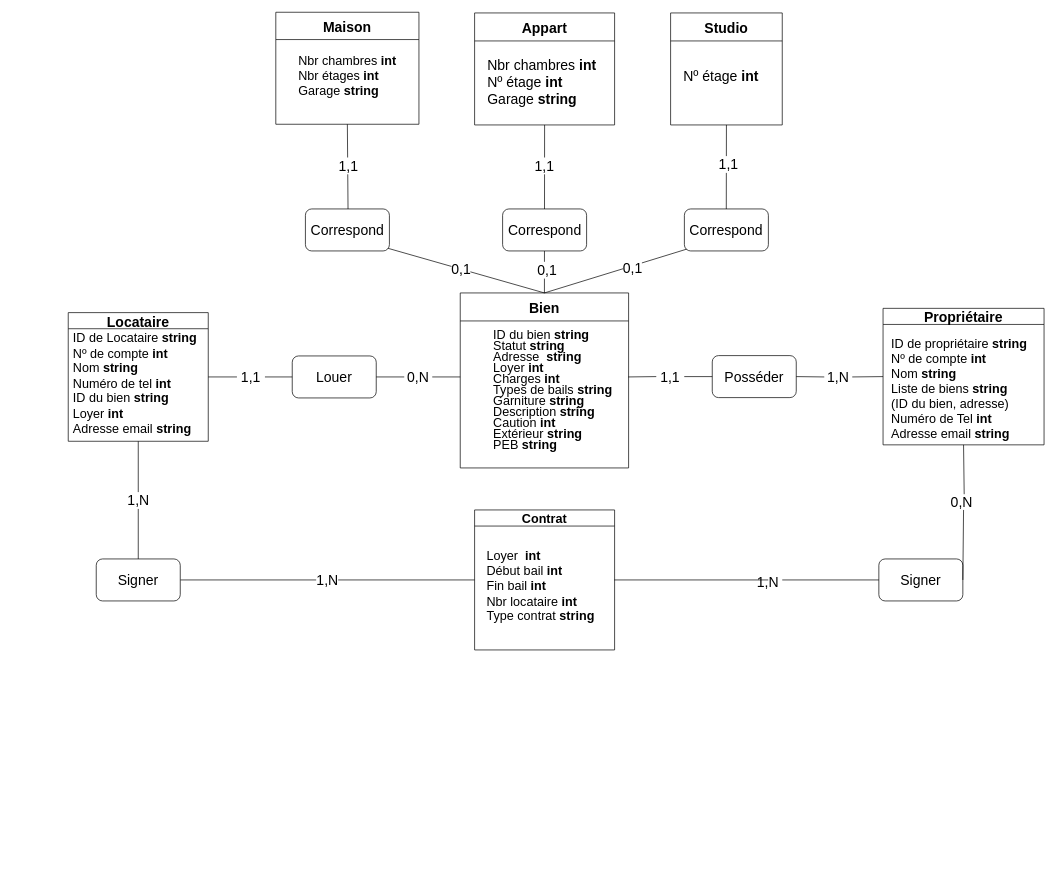
The draw.io diagram page "Schéma intermédiaire" (2 of 20) of Ko-loc (1).drawio in Julienthum/Co-Lock, before the edit. Source tidied: cells renumbered, new cells numbered last; positions are measured from the earlier drawing's top-left corner, leaving out a move shared by most shapes. Both pictures are drawn from the tidied source at 70%, with x=0, y=0 at pixel (68, 12).
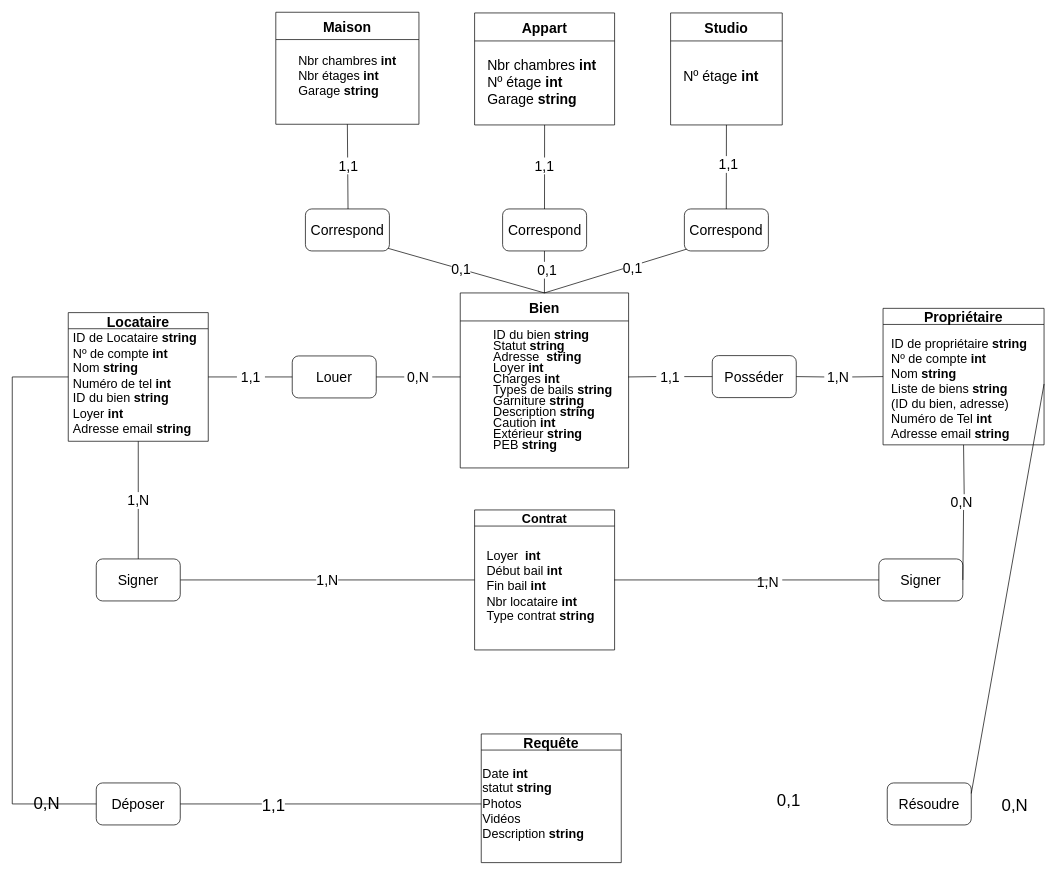
Above is the later version.

Unchanged cells that the change refers to:
```xml
<mxCell id="2" value="Locataire" style="swimlane;fontSize=20;" parent="1" vertex="1">
  <mxGeometry y="429.1" width="200" height="183.8" as="geometry" />
</mxCell>
<mxCell id="41" value="&lt;p class=&quot;MsoListParagraphCxSpFirst&quot; style=&quot;margin: 0cm 0cm 0cm 36pt ; line-height: 15.6933px ; font-size: 11pt ; font-family: &amp;#34;calibri&amp;#34; , sans-serif ; text-indent: -18pt&quot;&gt;&lt;/p&gt;&lt;p class=&quot;MsoListParagraphCxSpFirst&quot; style=&quot;margin: 0cm 0cm 0cm 36pt ; line-height: 15.6933px ; font-size: 11pt ; font-family: &amp;#34;calibri&amp;#34; , sans-serif ; text-indent: -18pt ; display: inline&quot;&gt;&lt;/p&gt;&lt;div style=&quot;font-size: 18px&quot;&gt;&lt;span style=&quot;text-indent: -18pt&quot;&gt;&lt;font style=&quot;font-size: 18px&quot;&gt;ID de propriétaire &lt;b&gt;string&lt;/b&gt;&lt;/font&gt;&lt;/span&gt;&lt;/div&gt;&lt;div style=&quot;font-size: 18px&quot;&gt;Nº de compte &lt;b&gt;int&lt;/b&gt;&lt;/div&gt;&lt;div style=&quot;font-size: 18px&quot;&gt;&lt;span style=&quot;font-family: &amp;#34;calibri&amp;#34; , sans-serif ; text-indent: -18pt&quot;&gt;Nom &lt;b&gt;string&amp;nbsp;&lt;/b&gt;&lt;/span&gt;&lt;/div&gt;&lt;div style=&quot;font-size: 18px&quot;&gt;&lt;span style=&quot;font-family: &amp;#34;calibri&amp;#34; , sans-serif ; text-indent: -18pt&quot;&gt;Liste de biens &lt;b&gt;string&lt;/b&gt;&lt;/span&gt;&lt;/div&gt;&lt;div style=&quot;font-size: 18px&quot;&gt;&lt;span style=&quot;font-family: &amp;#34;calibri&amp;#34; , sans-serif ; text-indent: -18pt&quot;&gt;(ID du bien, adresse)&lt;/span&gt;&lt;/div&gt;&lt;div style=&quot;font-size: 18px&quot;&gt;&lt;span style=&quot;font-family: &amp;#34;calibri&amp;#34; , sans-serif ; text-indent: -18pt&quot;&gt;Numéro de Tel &lt;b&gt;int&lt;/b&gt;&lt;/span&gt;&lt;/div&gt;&lt;div style=&quot;font-size: 18px&quot;&gt;&lt;span style=&quot;font-family: &amp;#34;calibri&amp;#34; , sans-serif ; text-indent: -24px&quot;&gt;Adresse email&amp;nbsp;&lt;/span&gt;&lt;b style=&quot;font-family: &amp;#34;calibri&amp;#34; , sans-serif ; text-indent: -24px&quot;&gt;string&lt;/b&gt;&lt;span style=&quot;font-family: &amp;#34;calibri&amp;#34; , sans-serif ; text-indent: -18pt&quot;&gt;&lt;b&gt;&lt;br&gt;&lt;/b&gt;&lt;/span&gt;&lt;/div&gt;" style="text;html=1;strokeColor=none;fillColor=none;align=left;verticalAlign=middle;whiteSpace=wrap;rounded=0;" parent="1" vertex="1">
  <mxGeometry x="1174" y="466" width="220" height="130" as="geometry" />
</mxCell>
```

The edit, as a diff of the source:
```diff
@@
+    <mxCell id="55" value="Requête" style="swimlane;fontSize=20;" parent="1" vertex="1">
+      <mxGeometry x="590" y="1031" width="200" height="183.8" as="geometry" />
+    </mxCell>
+    <mxCell id="56" value="&lt;p class=&quot;MsoListParagraphCxSpFirst&quot; style=&quot;margin: 0cm 0cm 0cm 36pt ; line-height: 15.6933px ; font-size: 11pt ; font-family: &amp;#34;calibri&amp;#34; , sans-serif ; text-indent: -18pt&quot;&gt;&lt;/p&gt;&lt;font style=&quot;font-size: 18px&quot;&gt;Date &lt;b&gt;int&lt;br&gt;&lt;/b&gt;statut &lt;b&gt;string&lt;/b&gt;&lt;br&gt;Photos&lt;br&gt;Vidéos&lt;br&gt;Description &lt;b&gt;string&lt;/b&gt;&lt;br&gt;&lt;/font&gt;" style="text;html=1;strokeColor=none;fillColor=none;align=left;verticalAlign=middle;whiteSpace=wrap;rounded=0;" parent="55" vertex="1">
+      <mxGeometry y="35" width="190" height="130" as="geometry" />
+    </mxCell>
+    <mxCell id="57" value="0,N" style="edgeLabel;html=1;align=center;verticalAlign=middle;fontSize=24;" parent="1" vertex="1">
+      <mxGeometry x="-31.5" y="1130" as="geometry" />
+    </mxCell>
+    <mxCell id="58" value="0,N" style="edgeLabel;html=1;align=center;verticalAlign=middle;fontSize=24;" parent="1" vertex="1">
+      <mxGeometry x="1351" y="1133" as="geometry" />
+    </mxCell>
+    <mxCell id="59" value="0,1" style="edgeLabel;html=1;align=center;verticalAlign=middle;fontSize=24;" parent="1" vertex="1">
+      <mxGeometry x="1028.5" y="1125" as="geometry" />
+    </mxCell>
+    <mxCell id="60" value="Déposer" style="rounded=1;whiteSpace=wrap;html=1;fontSize=20;" parent="1" vertex="1">
+      <mxGeometry x="40" y="1101" width="120" height="60" as="geometry" />
+    </mxCell>
+    <mxCell id="61" style="endArrow=none;html=1;rounded=0;exitX=1;exitY=0.5;exitDx=0;exitDy=0;entryX=0;entryY=0.5;entryDx=0;entryDy=0;" parent="1" edge="1" source="60" target="56">
+      <mxGeometry relative="1" as="geometry" />
+    </mxCell>
+    <mxCell id="62" value="1,1" style="edgeLabel;html=1;align=center;verticalAlign=middle;fontSize=24;" parent="61" vertex="1">
+      <mxGeometry x="-0.39" y="-2" relative="1" as="geometry">
+        <mxPoint x="1" as="offset" />
+      </mxGeometry>
+    </mxCell>
+    <mxCell id="63" value="Résoudre" style="rounded=1;whiteSpace=wrap;html=1;fontSize=20;" parent="1" vertex="1">
+      <mxGeometry x="1170" y="1101" width="120" height="60" as="geometry" />
+    </mxCell>
+    <mxCell id="64" style="endArrow=none;html=1;rounded=0;fontSize=24;exitX=0;exitY=0.5;exitDx=0;exitDy=0;entryX=0;entryY=0.5;entryDx=0;entryDy=0;" parent="1" edge="1" source="60" target="2">
+      <mxGeometry relative="1" as="geometry">
+        <Array as="points">
+          <mxPoint x="-80" y="1131" />
+          <mxPoint x="-80" y="521" />
+        </Array>
+      </mxGeometry>
+    </mxCell>
+    <mxCell id="65" style="endArrow=none;html=1;rounded=0;fontSize=24;entryX=1;entryY=0.5;entryDx=0;entryDy=0;exitX=1;exitY=0.25;exitDx=0;exitDy=0;" parent="1" edge="1" source="63" target="41">
+      <mxGeometry relative="1" as="geometry" />
+    </mxCell>
```
